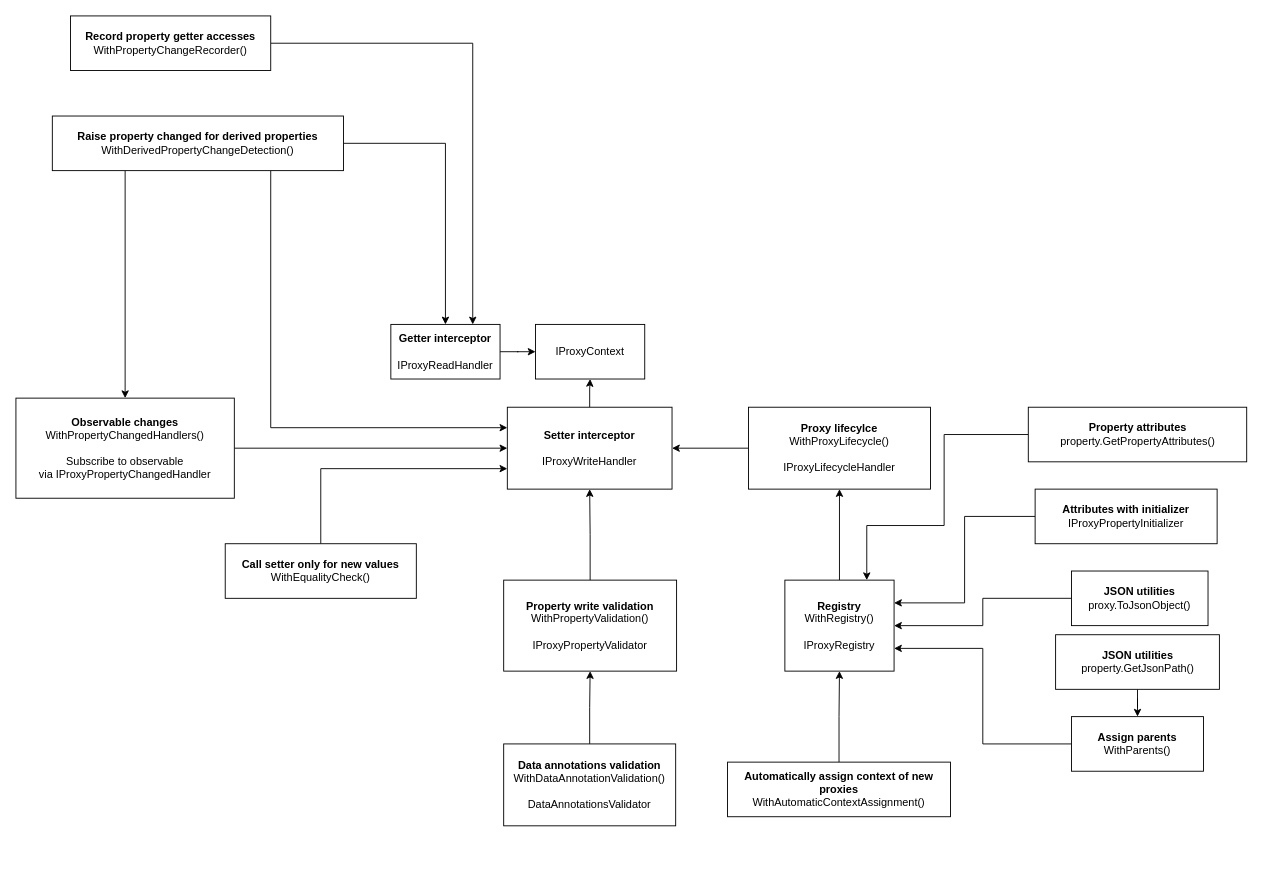
Earlier version of the draw.io diagram Features.drawio (RicoSuter/Namotion.Interceptor). Source tidied: cells renumbered, new cells numbered last; positions are measured from the earlier drawing's top-left corner, leaving out a move shared by most shapes. Both pictures are drawn from the tidied source at 91%, with x=0, y=0 at pixel (15, 15).
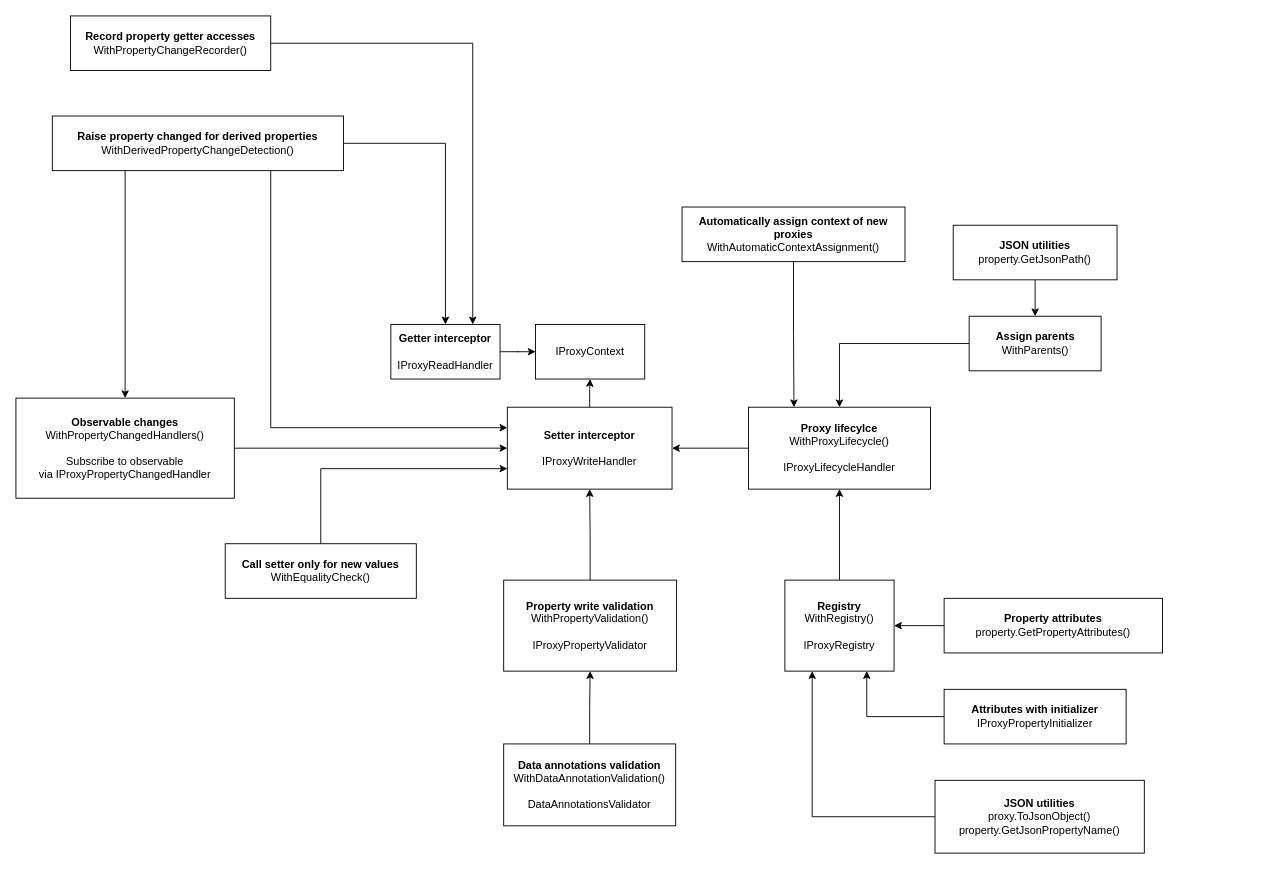
After the change.

The change refers to these unchanged cells:
```xml
<mxCell id="10" value="&lt;b&gt;Registry&lt;/b&gt;&lt;div&gt;WithRegistry()&lt;/div&gt;&lt;div&gt;&lt;br&gt;&lt;div&gt;IProxyRegistry&lt;br&gt;&lt;/div&gt;&lt;/div&gt;" style="rounded=0;whiteSpace=wrap;html=1;" parent="1" vertex="1">
  <mxGeometry x="845" y="620" width="120" height="100" as="geometry" />
</mxCell>
<mxCell id="12" value="&lt;div&gt;&lt;b&gt;Proxy lifecylce&lt;/b&gt;&lt;/div&gt;&lt;div&gt;WithProxyLifecycle()&lt;br&gt;&lt;/div&gt;&lt;div&gt;&lt;br&gt;&lt;/div&gt;IProxyLifecycleHandler" style="rounded=0;whiteSpace=wrap;html=1;" parent="1" vertex="1">
  <mxGeometry x="805" y="430" width="200" height="90" as="geometry" />
</mxCell>
```

What changed in the source:
```diff
@@
-    <mxCell id="13" style="edgeStyle=orthogonalEdgeStyle;rounded=0;jettySize=auto;html=1;entryX=0.5;entryY=1;entryDx=0;entryDy=0;" parent="1" edge="1" source="14" target="10">
+    <mxCell id="13" style="edgeStyle=orthogonalEdgeStyle;rounded=0;jettySize=auto;html=1;entryX=0.25;entryY=0;entryDx=0;entryDy=0;" parent="1" edge="1" source="14" target="12">
       <mxGeometry relative="1" as="geometry" />
     </mxCell>
     <mxCell id="14" value="&lt;div&gt;&lt;b&gt;Automatically assign context of new proxies&lt;/b&gt;&lt;/div&gt;WithAutomaticContextAssignment()" style="rounded=0;whiteSpace=wrap;html=1;" parent="1" vertex="1">
-      <mxGeometry x="782" y="820" width="245" height="60" as="geometry" />
+      <mxGeometry x="732" y="210" width="245" height="60" as="geometry" />
     </mxCell>
-    <mxCell id="15" style="edgeStyle=orthogonalEdgeStyle;rounded=0;jettySize=auto;html=1;entryX=1;entryY=0.75;entryDx=0;entryDy=0;" parent="1" edge="1" source="16" target="10">
+    <mxCell id="15" style="edgeStyle=orthogonalEdgeStyle;rounded=0;jettySize=auto;html=1;entryX=0.5;entryY=0;entryDx=0;entryDy=0;" parent="1" edge="1" source="16" target="12">
       <mxGeometry relative="1" as="geometry" />
     </mxCell>
     <mxCell id="16" value="&lt;div&gt;&lt;b&gt;Assign parents&lt;/b&gt;&lt;/div&gt;WithParents()" style="rounded=0;whiteSpace=wrap;html=1;" parent="1" vertex="1">
-      <mxGeometry x="1160" y="770" width="145" height="60" as="geometry" />
+      <mxGeometry x="1047.5" y="330" width="145" height="60" as="geometry" />
     </mxCell>
@@
     <mxCell id="30" value="&lt;b&gt;JSON utilities&lt;/b&gt;&lt;br&gt;property.GetJsonPath()" style="rounded=0;whiteSpace=wrap;html=1;" parent="1" vertex="1">
-      <mxGeometry x="1142.5" y="680" width="180" height="60" as="geometry" />
+      <mxGeometry x="1030" y="230" width="180" height="60" as="geometry" />
     </mxCell>
-    <mxCell id="31" style="edgeStyle=orthogonalEdgeStyle;rounded=0;jettySize=auto;html=1;entryX=0.75;entryY=0;entryDx=0;entryDy=0;" parent="1" edge="1" source="32" target="10">
+    <mxCell id="31" style="edgeStyle=orthogonalEdgeStyle;rounded=0;jettySize=auto;html=1;entryX=1;entryY=0.5;entryDx=0;entryDy=0;exitX=0;exitY=0.5;exitDx=0;exitDy=0;" parent="1" edge="1" source="32" target="10">
       <mxGeometry relative="1" as="geometry">
         <Array as="points">
-          <mxPoint x="1020" y="460" />
-          <mxPoint x="1020" y="560" />
-          <mxPoint x="935" y="560" />
+          <mxPoint x="1060" y="670" />
+          <mxPoint x="1060" y="670" />
         </Array>
       </mxGeometry>
     </mxCell>
     <mxCell id="32" value="&lt;b&gt;Property attributes&lt;/b&gt;&lt;div&gt;property.GetPropertyAttributes()&lt;/div&gt;" style="rounded=0;whiteSpace=wrap;html=1;" parent="1" vertex="1">
-      <mxGeometry x="1112.5" y="430" width="240" height="60" as="geometry" />
+      <mxGeometry x="1020" y="640" width="240" height="60" as="geometry" />
     </mxCell>
-    <mxCell id="33" style="edgeStyle=orthogonalEdgeStyle;rounded=0;jettySize=auto;html=1;entryX=1;entryY=0.5;entryDx=0;entryDy=0;" parent="1" edge="1" source="34" target="10">
+    <mxCell id="33" style="edgeStyle=orthogonalEdgeStyle;rounded=0;jettySize=auto;html=1;entryX=0.25;entryY=1;entryDx=0;entryDy=0;" parent="1" edge="1" source="34" target="10">
       <mxGeometry relative="1" as="geometry" />
     </mxCell>
-    <mxCell id="34" value="&lt;b&gt;JSON utilities&lt;/b&gt;&lt;div&gt;proxy.ToJsonObject()&lt;/div&gt;" style="whiteSpace=wrap;html=1;" parent="1" vertex="1">
-      <mxGeometry x="1160" y="610" width="150" height="60" as="geometry" />
+    <mxCell id="34" value="&lt;b&gt;JSON utilities&lt;/b&gt;&lt;div&gt;proxy.ToJsonObject()&lt;/div&gt;&lt;div&gt;property.GetJsonPropertyName()&lt;br&gt;&lt;/div&gt;" style="whiteSpace=wrap;html=1;" parent="1" vertex="1">
+      <mxGeometry x="1010" y="840" width="230" height="80" as="geometry" />
     </mxCell>
-    <mxCell id="35" style="edgeStyle=orthogonalEdgeStyle;rounded=0;jettySize=auto;html=1;entryX=1;entryY=0.25;entryDx=0;entryDy=0;" parent="1" edge="1" source="36" target="10">
+    <mxCell id="35" style="edgeStyle=orthogonalEdgeStyle;rounded=0;jettySize=auto;html=1;entryX=0.75;entryY=1;entryDx=0;entryDy=0;" parent="1" edge="1" source="36" target="10">
       <mxGeometry relative="1" as="geometry" />
     </mxCell>
     <mxCell id="36" value="&lt;div&gt;&lt;b&gt;Attributes with initializer&lt;/b&gt;&lt;/div&gt;IProxyPropertyInitializer" style="rounded=0;whiteSpace=wrap;html=1;" parent="1" vertex="1">
-      <mxGeometry x="1120" y="520" width="200" height="60" as="geometry" />
+      <mxGeometry x="1020" y="740" width="200" height="60" as="geometry" />
     </mxCell>
```
